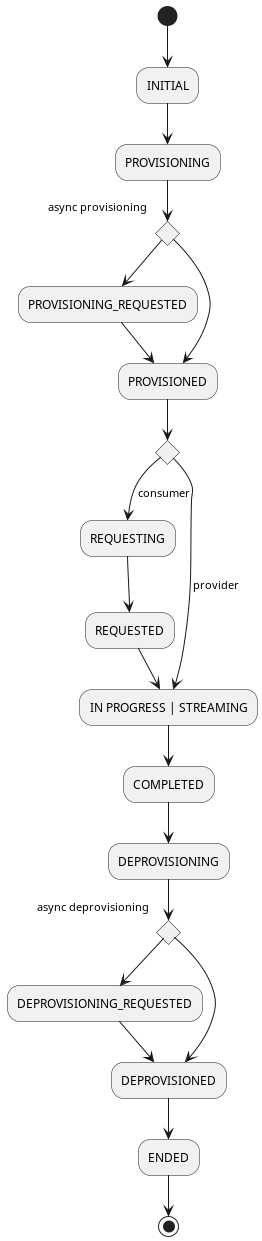
eclipse-edc/Connector keeps this PlantUML diagram as docs/developer/architecture/data-transfer/diagrams/transfer-states.png. Above is the earlier version. Source of this version:
```plantuml
@startuml

skinParam NoteBackgroundColor WhiteSmoke
skinParam NoteFontColor Black
skinParam ParticipantBackgroundColor WhiteSmoke
skinParam ActorBackgroundColor WhiteSmoke
skinParam AgentBackgroundColor White
skinParam AgentBorderColor SkyBlue
skinparam shadowing false

(*) --> INITIAL
--> PROVISIONING
if "async provisioning" then
    --> PROVISIONING_REQUESTED
    --> PROVISIONED
else
    --> PROVISIONED
if "" then
    --> [consumer] REQUESTING
    --> REQUESTED
    --> IN PROGRESS | STREAMING
else
    --> [provider] IN PROGRESS | STREAMING
--> COMPLETED
--> DEPROVISIONING
if "async deprovisioning" then
    --> DEPROVISIONING_REQUESTED
    --> DEPROVISIONED
else
    --> DEPROVISIONED
--> ENDED
--> (*)

@enduml
```
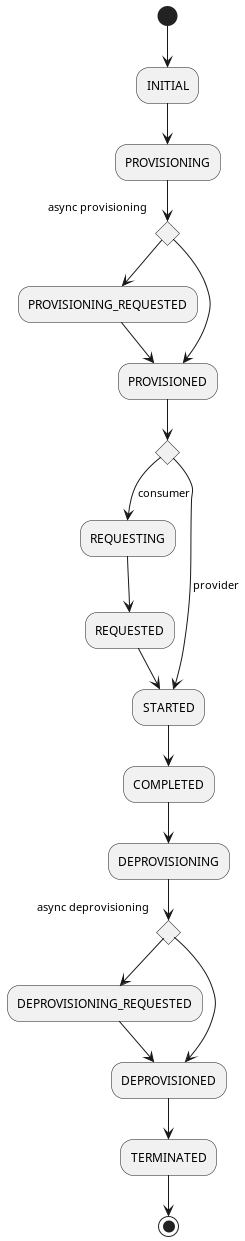
After the change.

Commit message:
feature(dsp): update documentation

The edit, as a diff of the source:
```diff
@@ -18,9 +18,9 @@
 if "" then
     --> [consumer] REQUESTING
     --> REQUESTED
-    --> IN PROGRESS | STREAMING
+    --> STARTED
 else
-    --> [provider] IN PROGRESS | STREAMING
+    --> [provider] STARTED
 --> COMPLETED
 --> DEPROVISIONING
 if "async deprovisioning" then
@@ -28,7 +28,7 @@
     --> DEPROVISIONED
 else
     --> DEPROVISIONED
---> ENDED
+--> TERMINATED
 --> (*)
 
 @enduml
```
